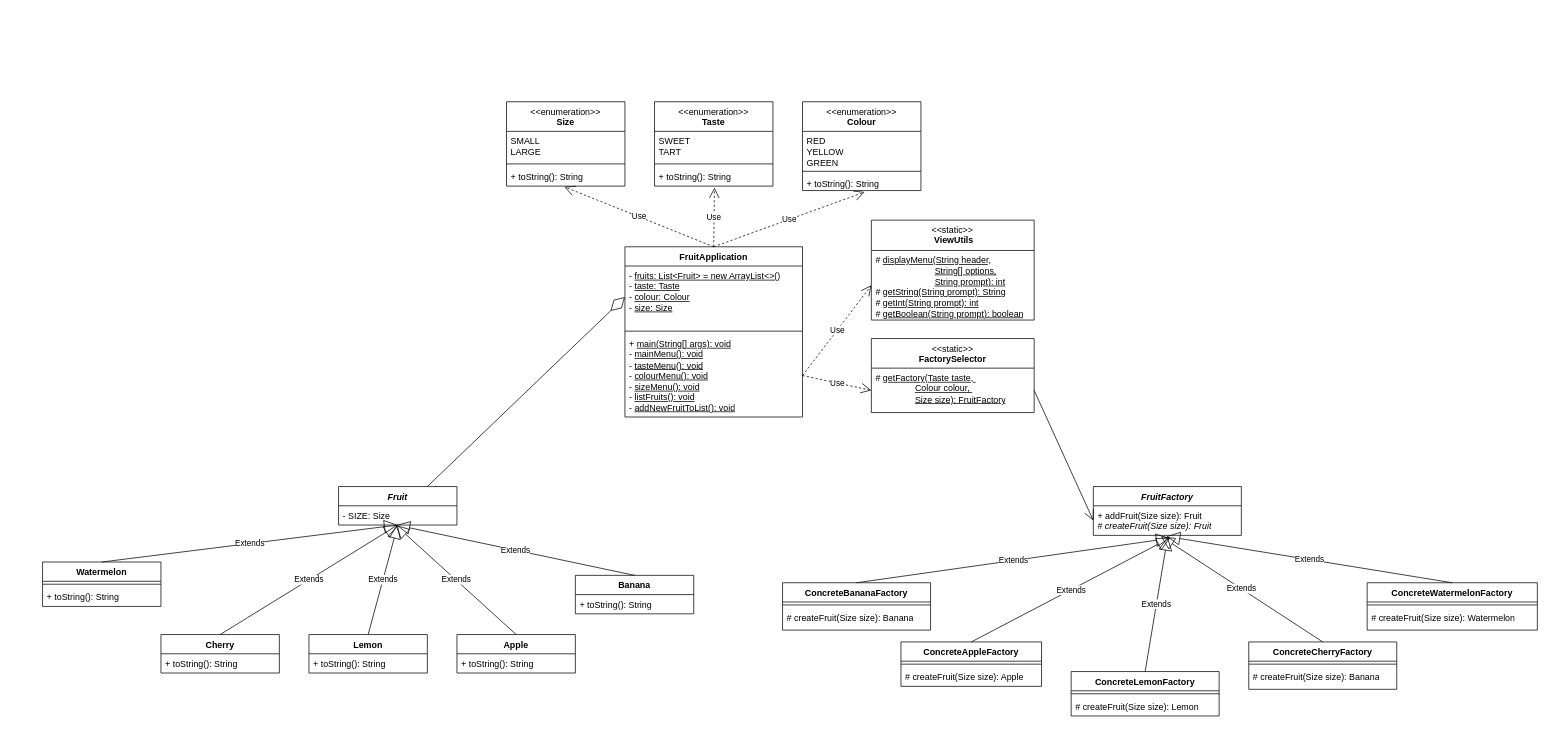
Above: soft2201w4v2.drawio in NguyenChHieu/graphs (draw.io), before the change. Source tidied: cells renumbered, new cells numbered last; positions are measured from the earlier drawing's top-left corner, leaving out a move shared by most shapes. Both pictures are drawn from the tidied source at 74%, with x=0, y=0 at pixel (42, 101).
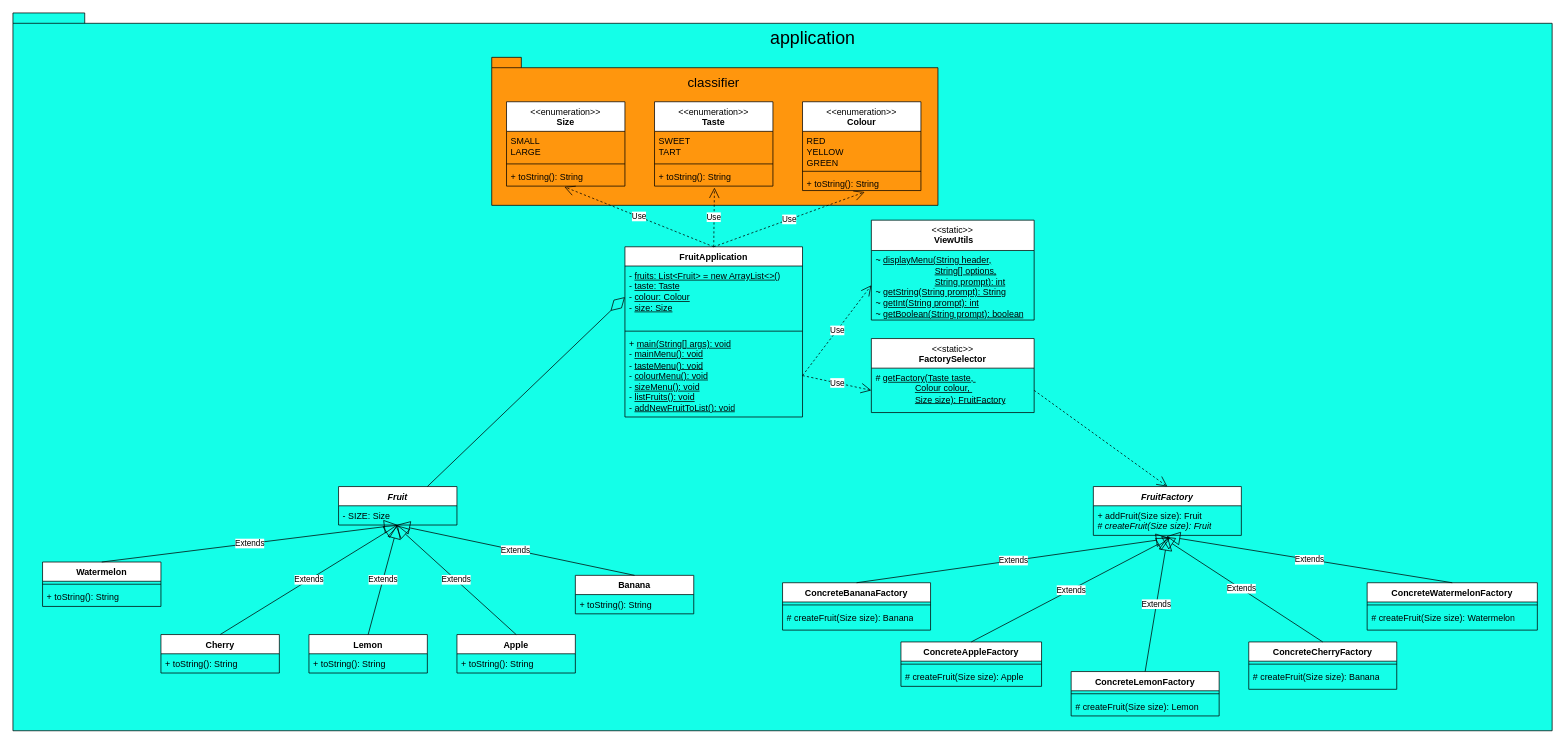
The same diagram, later.

The change refers to these unchanged cells:
```xml
<mxCell id="13" value="&lt;div style=&quot;text-align: left;&quot;&gt;&lt;span style=&quot;background-color: initial; text-align: center; font-weight: normal;&quot;&gt;&amp;lt;&amp;lt;static&amp;gt;&amp;gt;&lt;/span&gt;&lt;/div&gt;&lt;div style=&quot;text-align: left;&quot;&gt;&lt;span style=&quot;background-color: initial; text-align: center;&quot;&gt;&amp;nbsp;ViewUtils&lt;/span&gt;&lt;br&gt;&lt;/div&gt;" style="swimlane;fontStyle=1;align=center;verticalAlign=top;horizontal=1;startSize=41;whiteSpace=wrap;html=1;" parent="1" vertex="1">
  <mxGeometry x="1120" y="160" width="220" height="135" as="geometry" />
</mxCell>
<mxCell id="37" value="&lt;div&gt;&lt;span style=&quot;background-color: initial;&quot;&gt;#&amp;nbsp;&lt;u&gt;getFactory(Taste taste,&amp;nbsp;&lt;/u&gt;&lt;/span&gt;&lt;/div&gt;&lt;div&gt;&lt;span style=&quot;background-color: initial;&quot;&gt;&lt;u&gt;&lt;span style=&quot;white-space: pre;&quot;&gt;&#9;&lt;/span&gt;&lt;span style=&quot;white-space: pre;&quot;&gt;&#9;&lt;/span&gt;Colour colour,&amp;nbsp;&lt;/u&gt;&lt;/span&gt;&lt;/div&gt;&lt;div&gt;&lt;span style=&quot;background-color: initial;&quot;&gt;&lt;u&gt;&lt;span style=&quot;white-space: pre;&quot;&gt;&#9;&lt;/span&gt;&lt;span style=&quot;white-space: pre;&quot;&gt;&#9;&lt;/span&gt;Size size): FruitFactory&lt;/u&gt;&lt;/span&gt;&lt;/div&gt;" style="text;strokeColor=none;fillColor=none;align=left;verticalAlign=top;spacingLeft=4;spacingRight=4;overflow=hidden;points=[[0,0.5],[1,0.5]];portConstraint=eastwest;whiteSpace=wrap;html=1;" parent="36" vertex="1">
  <mxGeometry y="40" width="220" height="60" as="geometry" />
</mxCell>
<mxCell id="38" value="&lt;i&gt;FruitFactory&lt;/i&gt;" style="swimlane;fontStyle=1;align=center;verticalAlign=top;horizontal=1;startSize=26;whiteSpace=wrap;html=1;" parent="1" vertex="1">
  <mxGeometry x="1420" y="520" width="200" height="66" as="geometry" />
</mxCell>
<mxCell id="39" value="&lt;div&gt;+ add&lt;span style=&quot;background-color: initial;&quot;&gt;Fruit(Size size): Fruit&lt;/span&gt;&lt;/div&gt;# &lt;i&gt;createFruit(Size size): Fruit&lt;/i&gt;" style="text;strokeColor=none;fillColor=none;align=left;verticalAlign=top;spacingLeft=4;spacingRight=4;overflow=hidden;points=[[0,0.5],[1,0.5]];portConstraint=eastwest;whiteSpace=wrap;html=1;" parent="38" vertex="1">
  <mxGeometry y="26" width="200" height="40" as="geometry" />
</mxCell>
```

Diff of the diagram source:
```diff
@@
+    <mxCell id="69" style="shape=folder;fontStyle=1;spacingTop=10;tabWidth=40;tabHeight=14;tabPosition=left;html=1;whiteSpace=wrap;fillColor=#14FFE8;" parent="1" vertex="1">
+      <mxGeometry x="-40" y="-120" width="2080" height="970" as="geometry" />
+    </mxCell>
+    <mxCell id="70" style="shape=folder;fontStyle=1;spacingTop=10;tabWidth=40;tabHeight=14;tabPosition=left;html=1;whiteSpace=wrap;fillColor=#FF960D;" parent="1" vertex="1">
+      <mxGeometry x="607" y="-60" width="603" height="200" as="geometry" />
+    </mxCell>
@@
-    <mxCell id="14" value="# &lt;u&gt;displayMenu(String header,&lt;/u&gt;&lt;div&gt;&lt;u&gt;&lt;span style=&quot;white-space: pre;&quot;&gt;&#9;&lt;/span&gt;&lt;span style=&quot;white-space: pre;&quot;&gt;&#9;&lt;/span&gt;&lt;span style=&quot;white-space: pre;&quot;&gt;&#9;&lt;/span&gt;String[] options,&lt;br&gt;&lt;/u&gt;&lt;/div&gt;&lt;div&gt;&lt;u&gt;&lt;span style=&quot;white-space: pre;&quot;&gt;&#9;&lt;/span&gt;&lt;span style=&quot;white-space: pre;&quot;&gt;&#9;&lt;/span&gt;&lt;span style=&quot;white-space: pre;&quot;&gt;&#9;&lt;/span&gt;String prompt): int&lt;/u&gt;&lt;br&gt;&lt;/div&gt;&lt;div&gt;# &lt;u&gt;getString(String prompt): String&lt;/u&gt;&amp;nbsp;&lt;/div&gt;&lt;div&gt;# &lt;u&gt;getInt(String prompt): int&lt;/u&gt;&lt;/div&gt;&lt;div&gt;# &lt;u&gt;getBoolean(String prompt): boolean&lt;/u&gt;&lt;/div&gt;" style="text;strokeColor=none;fillColor=none;align=left;verticalAlign=top;spacingLeft=4;spacingRight=4;overflow=hidden;points=[[0,0.5],[1,0.5]];portConstraint=eastwest;whiteSpace=wrap;html=1;" parent="13" vertex="1">
+    <mxCell id="14" value="~&amp;nbsp;&lt;u&gt;displayMenu(String header,&lt;/u&gt;&lt;div&gt;&lt;u&gt;&lt;span style=&quot;white-space: pre;&quot;&gt;&#9;&lt;/span&gt;&lt;span style=&quot;white-space: pre;&quot;&gt;&#9;&lt;/span&gt;&lt;span style=&quot;white-space: pre;&quot;&gt;&#9;&lt;/span&gt;String[] options,&lt;br&gt;&lt;/u&gt;&lt;/div&gt;&lt;div&gt;&lt;u&gt;&lt;span style=&quot;white-space: pre;&quot;&gt;&#9;&lt;/span&gt;&lt;span style=&quot;white-space: pre;&quot;&gt;&#9;&lt;/span&gt;&lt;span style=&quot;white-space: pre;&quot;&gt;&#9;&lt;/span&gt;String prompt): int&lt;/u&gt;&lt;br&gt;&lt;/div&gt;&lt;div&gt;~&amp;nbsp;&lt;u&gt;getString(String prompt): String&lt;/u&gt;&amp;nbsp;&lt;/div&gt;&lt;div&gt;~&amp;nbsp;&lt;u&gt;getInt(String prompt): int&lt;/u&gt;&lt;/div&gt;&lt;div&gt;~&amp;nbsp;&lt;u&gt;getBoolean(String prompt): boolean&lt;/u&gt;&lt;/div&gt;" style="text;strokeColor=none;fillColor=none;align=left;verticalAlign=top;spacingLeft=4;spacingRight=4;overflow=hidden;points=[[0,0.5],[1,0.5]];portConstraint=eastwest;whiteSpace=wrap;html=1;" parent="13" vertex="1">
       <mxGeometry y="41" width="220" height="94" as="geometry" />
     </mxCell>
@@
-    <mxCell id="68" style="endArrow=open;endFill=1;endSize=12;html=1;rounded=0;entryX=0;entryY=0.5;entryDx=0;entryDy=0;exitX=1;exitY=0.5;exitDx=0;exitDy=0;" parent="1" edge="1" source="37" target="39">
-      <mxGeometry relative="1" as="geometry" />
-    </mxCell>
+    <mxCell id="71" value="&lt;font style=&quot;font-size: 18px;&quot;&gt;classifier&lt;/font&gt;" style="text;html=1;align=center;verticalAlign=middle;whiteSpace=wrap;rounded=0;" parent="1" vertex="1">
+      <mxGeometry x="877" y="-40" width="60" height="30" as="geometry" />
+    </mxCell>
+    <mxCell id="72" value="&lt;font style=&quot;font-size: 24px;&quot;&gt;application&lt;/font&gt;" style="text;html=1;align=center;verticalAlign=middle;whiteSpace=wrap;rounded=0;" parent="1" vertex="1">
+      <mxGeometry x="1011" y="-100" width="60" height="30" as="geometry" />
+    </mxCell>
+    <mxCell id="73" style="endArrow=open;endSize=12;dashed=1;html=1;rounded=0;exitX=1;exitY=0.5;exitDx=0;exitDy=0;entryX=0.5;entryY=0;entryDx=0;entryDy=0;" parent="1" edge="1" source="37" target="38">
+      <mxGeometry relative="1" as="geometry" />
+    </mxCell>
```
